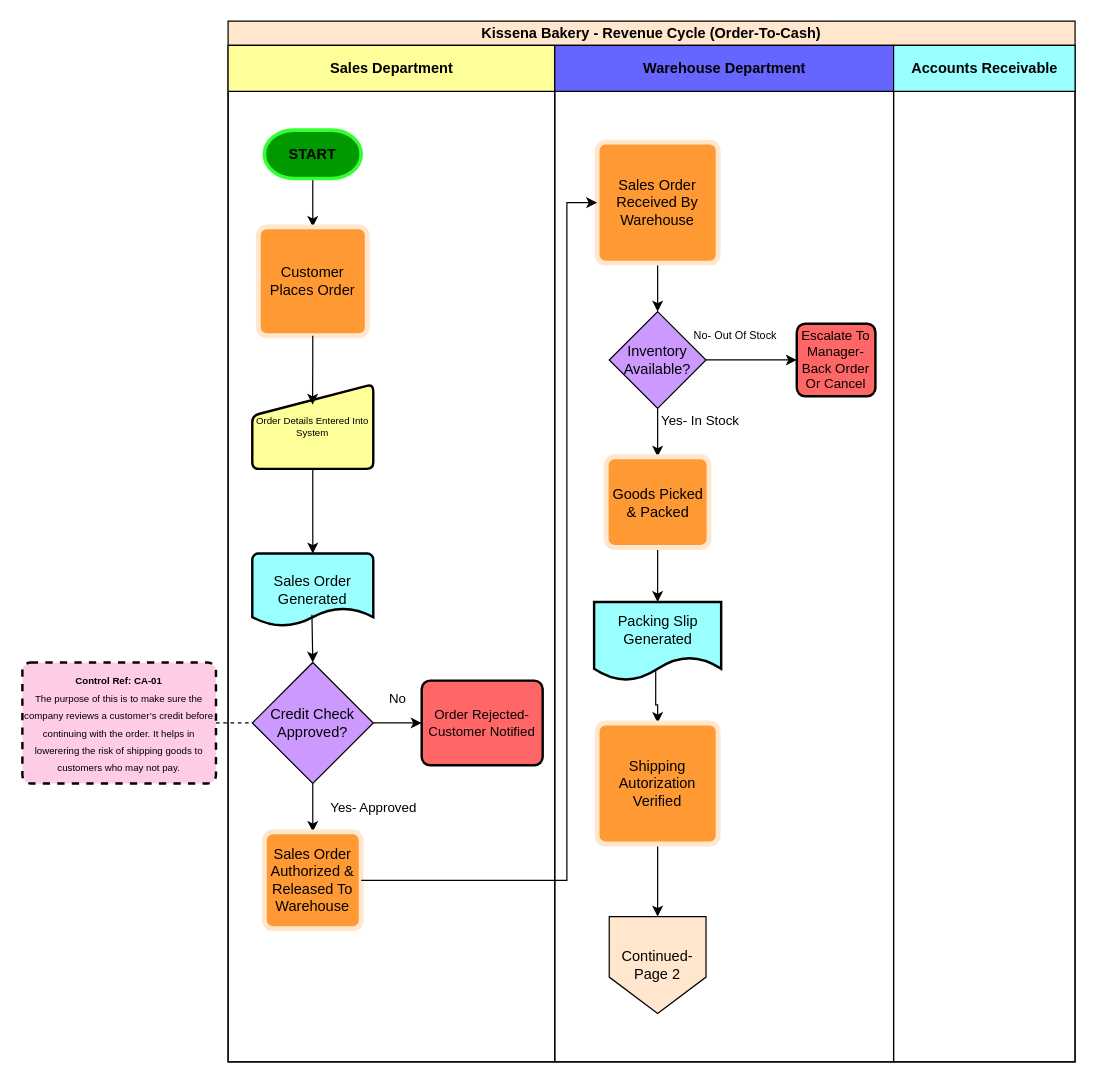
The draw.io diagram page "Page 1" (1 of 2) of Revenue_Cycle_Controls.drawio in daniel1605g/drawio, before the edit. Source tidied: cells renumbered, new cells numbered last; positions are measured from the earlier drawing's top-left corner, leaving out a move shared by most shapes. Both pictures are drawn from the tidied source at 121%, with x=0, y=0 at pixel (22, 21).
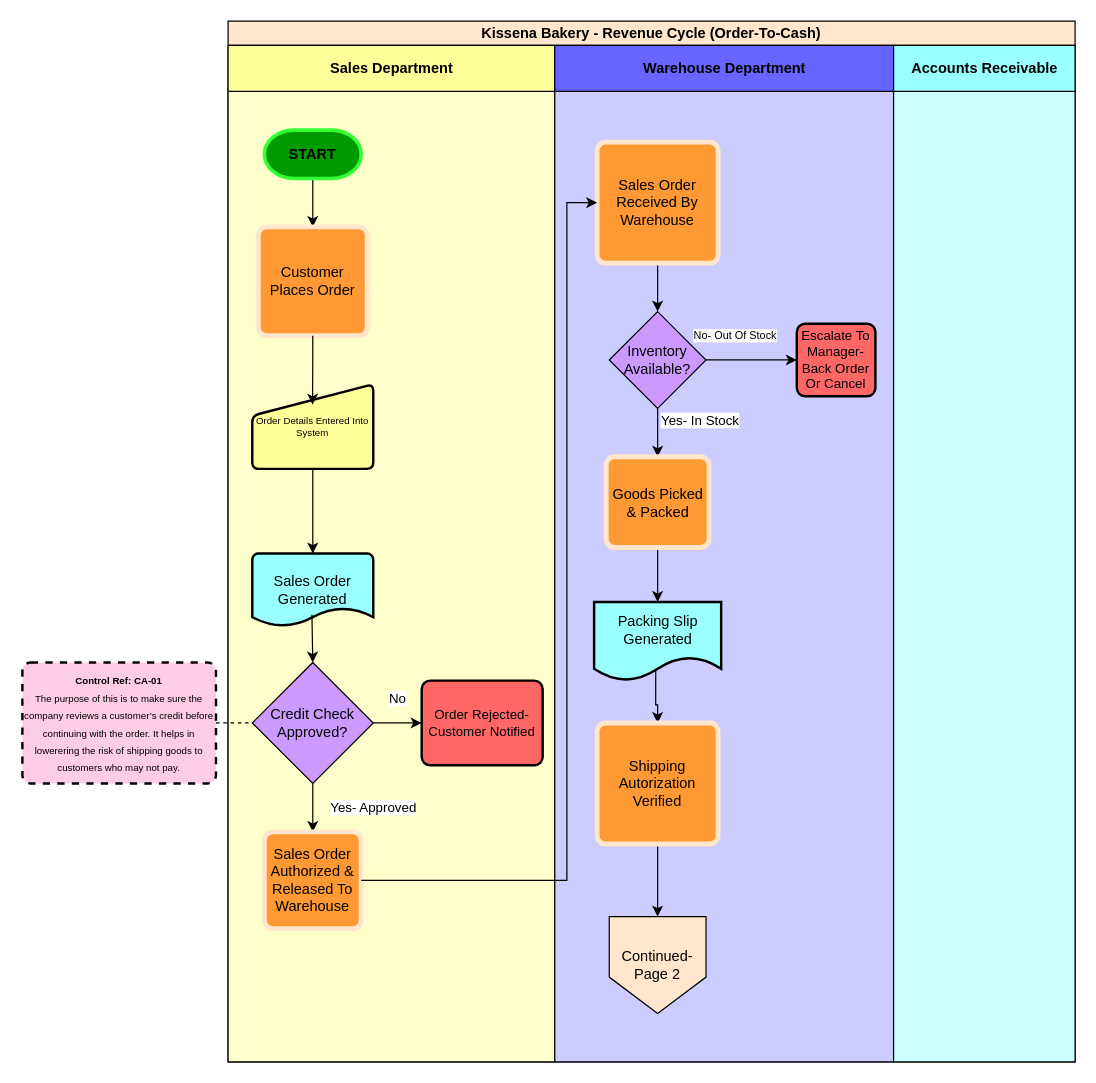
After the change.

Unchanged cells that the change refers to:
```xml
<mxCell id="2" value="Kissena Bakery - Revenue Cycle (Order-To-Cash)" style="swimlane;html=1;startSize=20;whiteSpace=wrap;fillColor=#FFE6CC;" parent="1" vertex="1">
  <mxGeometry x="170" width="700" height="860" as="geometry" />
</mxCell>
```

What changed in the source:
```diff
@@
-    <mxCell id="3" value="Sales Department" style="swimlane;html=1;startSize=38;fillColor=#FFFF99;" parent="2" vertex="1">
+    <mxCell id="3" value="Sales Department" style="swimlane;html=1;startSize=38;fillColor=#FFFF99;swimlaneFillColor=#FFFFCC;" parent="2" vertex="1">
       <mxGeometry y="20" width="270" height="840" as="geometry" />
     </mxCell>
@@
-    <mxCell id="17" value="Warehouse Department" style="swimlane;html=1;startSize=38;fillColor=#6666FF;" parent="2" vertex="1">
+    <mxCell id="17" value="Warehouse Department" style="swimlane;html=1;startSize=38;fillColor=#6666FF;swimlaneFillColor=#CCCCFF;" parent="2" vertex="1">
       <mxGeometry x="270" y="20" width="280" height="840" as="geometry" />
     </mxCell>
@@
-    <mxCell id="31" value="Accounts Receivable" style="swimlane;html=1;startSize=38;fillColor=#99FFFF;" parent="2" vertex="1">
+    <mxCell id="31" value="Accounts Receivable" style="swimlane;html=1;startSize=38;fillColor=#99FFFF;swimlaneFillColor=#CCFFFF;" parent="2" vertex="1">
       <mxGeometry x="550" y="20" width="150" height="840" as="geometry" />
     </mxCell>
```
